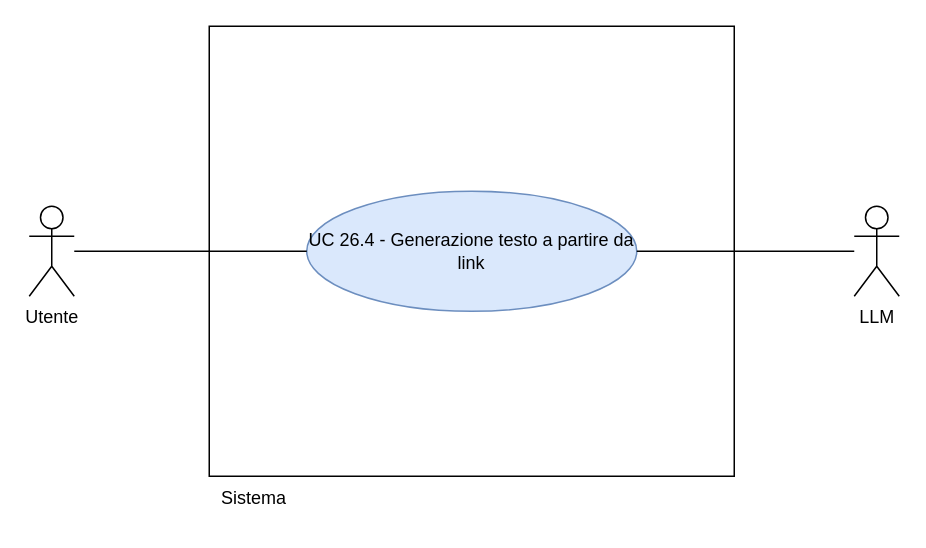
The draw.io diagram RTB/doc_esterna/analisi-dei-requisiti/assets/draw.io/UC26.4.drawio in thebitless-group-swe/thebitless.github.io, before the edit. Source tidied: cells renumbered, new cells numbered last; positions are measured from the earlier drawing's top-left corner, leaving out a move shared by most shapes. Both pictures are drawn from the tidied source at 150%, with x=0, y=0 at pixel (28, 26).
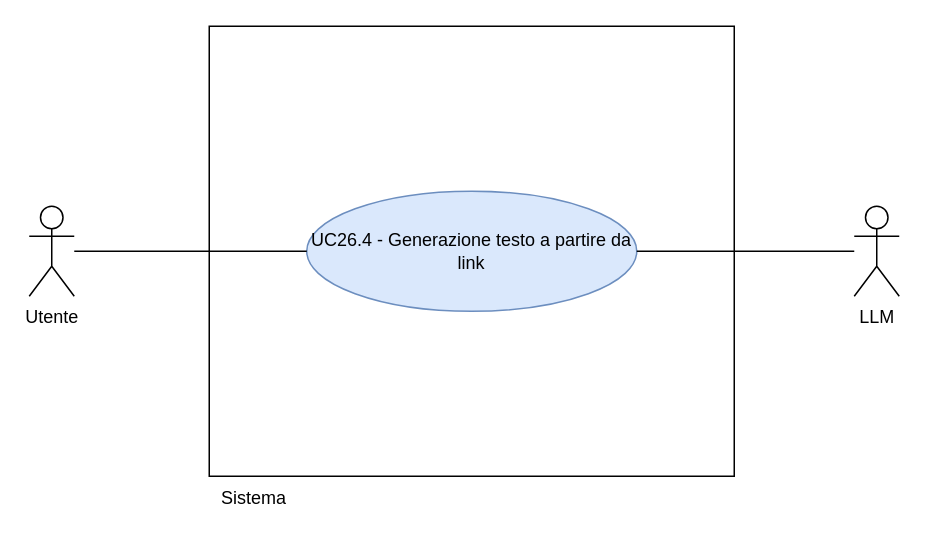
After the change.

Change to the diagram source:
```diff
@@
 <mxGraphModel>
   <root>
     <mxCell id="0" />
     <mxCell id="1" parent="0" />
     <mxCell id="2" value="Utente" style="shape=umlActor;verticalLabelPosition=bottom;verticalAlign=top;html=1;outlineConnect=0;" parent="1" vertex="1">
       <mxGeometry y="120" width="30" height="60" as="geometry" />
     </mxCell>
     <mxCell id="3" value="LLM" style="shape=umlActor;verticalLabelPosition=bottom;verticalAlign=top;html=1;outlineConnect=0;" parent="1" vertex="1">
       <mxGeometry x="550" y="120" width="30" height="60" as="geometry" />
     </mxCell>
     <mxCell id="4" style="whiteSpace=wrap;html=1;" parent="1" vertex="1">
       <mxGeometry x="120" width="350" height="300" as="geometry" />
     </mxCell>
     <mxCell id="5" value="Sistema" style="text;html=1;whiteSpace=wrap;strokeColor=none;fillColor=none;align=center;verticalAlign=middle;rounded=0;" parent="1" vertex="1">
       <mxGeometry x="120" y="300" width="60" height="30" as="geometry" />
     </mxCell>
-    <mxCell id="6" value="UC 26.4 - Generazione testo a partire da link" style="ellipse;whiteSpace=wrap;html=1;fillColor=#dae8fc;strokeColor=#6c8ebf;" parent="1" vertex="1">
+    <mxCell id="6" value="UC26.4 - Generazione testo a partire da link" style="ellipse;whiteSpace=wrap;html=1;fillColor=#dae8fc;strokeColor=#6c8ebf;" parent="1" vertex="1">
       <mxGeometry x="185" y="110" width="220" height="80" as="geometry" />
     </mxCell>
     <mxCell id="7" style="edgeStyle=none;rounded=0;jettySize=auto;html=1;endArrow=none;endFill=0;" parent="1" edge="1" source="2" target="6">
       <mxGeometry relative="1" as="geometry" />
     </mxCell>
     <mxCell id="8" style="edgeStyle=none;rounded=0;jettySize=auto;html=1;endArrow=none;endFill=0;" parent="1" edge="1" source="3" target="6">
       <mxGeometry relative="1" as="geometry" />
     </mxCell>
   </root>
 </mxGraphModel>
```
